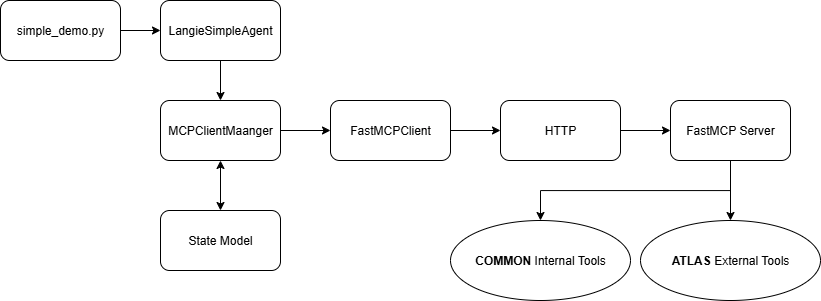
Earlier version of the draw.io export Customer Support Agent.png (iamvrajpatel/LangGraph-Agent-Customer-Support). Source tidied: cells renumbered, new cells last; positions are measured from the earlier drawing's top-left corner, leaving out a move shared by most shapes.
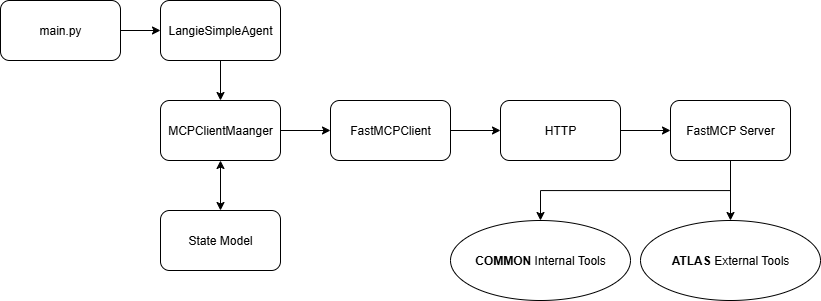
After the commit.

Change to the diagram source:
```diff
@@ -5,7 +5,7 @@
     <mxCell id="2" style="edgeStyle=orthogonalEdgeStyle;rounded=0;jettySize=auto;html=1;exitX=1;exitY=0.5;exitDx=0;exitDy=0;entryX=0;entryY=0.5;entryDx=0;entryDy=0;" parent="1" edge="1" source="3" target="5">
       <mxGeometry relative="1" as="geometry" />
     </mxCell>
-    <mxCell id="3" value="simple_demo.py" style="rounded=1;whiteSpace=wrap;html=1;" parent="1" vertex="1">
+    <mxCell id="3" value="main.py" style="rounded=1;whiteSpace=wrap;html=1;" parent="1" vertex="1">
       <mxGeometry width="120" height="60" as="geometry" />
     </mxCell>
     <mxCell id="4" style="edgeStyle=orthogonalEdgeStyle;rounded=0;jettySize=auto;html=1;exitX=0.5;exitY=1;exitDx=0;exitDy=0;entryX=0.5;entryY=0;entryDx=0;entryDy=0;" parent="1" edge="1" source="5" target="8">
```
